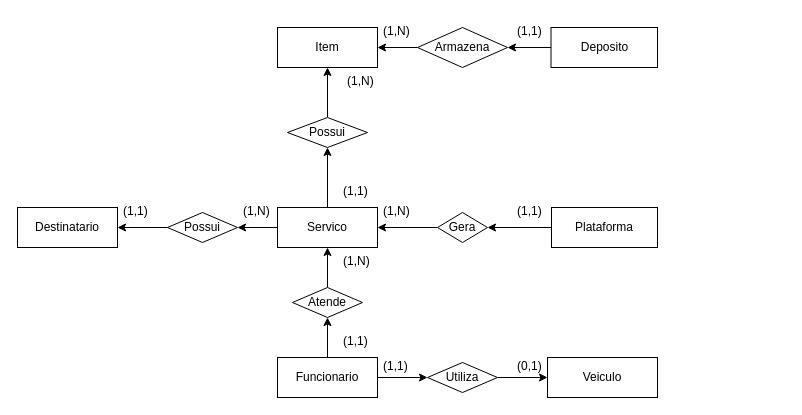
Above: projeto-final/docs/entity.drawio in erickbmr/delivery-company (draw.io), before the change. Source tidied: cells renumbered, new cells numbered last; positions are measured from the earlier drawing's top-left corner, leaving out a move shared by most shapes. Both pictures are drawn from the tidied source at 100%, with x=0, y=0 at pixel (17, 17).
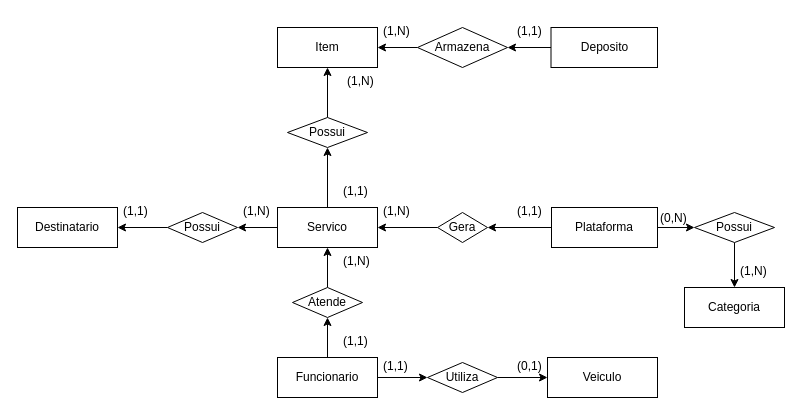
Above is the later version.

Unchanged cells that the change refers to:
```xml
<mxCell id="10" value="Plataforma" style="whiteSpace=wrap;html=1;align=center;" parent="1" vertex="1">
  <mxGeometry x="534" y="190" width="106" height="40" as="geometry" />
</mxCell>
```

Change to the diagram source:
```diff
@@
+    <mxCell id="39" style="edgeStyle=orthogonalEdgeStyle;rounded=0;jettySize=auto;html=1;entryX=0;entryY=0.5;entryDx=0;entryDy=0;" parent="1" edge="1" source="10" target="41">
+      <mxGeometry relative="1" as="geometry" />
+    </mxCell>
@@
+    <mxCell id="40" style="edgeStyle=orthogonalEdgeStyle;rounded=0;jettySize=auto;html=1;entryX=0.5;entryY=0;entryDx=0;entryDy=0;" parent="1" edge="1" source="41" target="42">
+      <mxGeometry relative="1" as="geometry" />
+    </mxCell>
+    <mxCell id="41" value="Possui" style="shape=rhombus;perimeter=rhombusPerimeter;whiteSpace=wrap;html=1;align=center;" parent="1" vertex="1">
+      <mxGeometry x="677" y="195" width="80" height="30" as="geometry" />
+    </mxCell>
+    <mxCell id="42" value="Categoria" style="whiteSpace=wrap;html=1;align=center;" parent="1" vertex="1">
+      <mxGeometry x="667" y="270" width="100" height="40" as="geometry" />
+    </mxCell>
+    <mxCell id="43" value="(1,N)" style="text;strokeColor=none;fillColor=none;spacingLeft=4;spacingRight=4;overflow=hidden;fontSize=12;" parent="1" vertex="1">
+      <mxGeometry x="717" y="240" width="40" height="30" as="geometry" />
+    </mxCell>
+    <mxCell id="44" value="(0,N)" style="text;strokeColor=none;fillColor=none;spacingLeft=4;spacingRight=4;overflow=hidden;fontSize=12;" parent="1" vertex="1">
+      <mxGeometry x="637" y="187" width="40" height="30" as="geometry" />
+    </mxCell>
```
